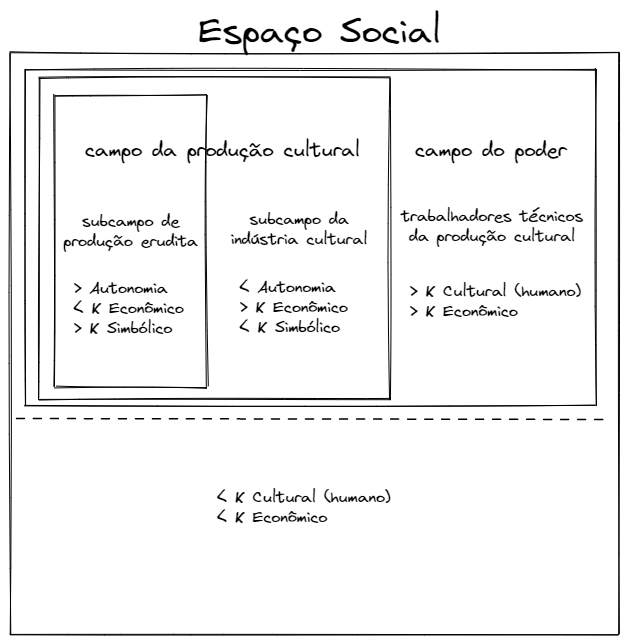
Above: img/fields.excalidraw.png in albersonmiranda/economia_info (Excalidraw), before the change. Source tidied: one line per element, renumbered; positions are measured from the earlier drawing's top-left corner, leaving out a move shared by most shapes. The source it was exported from:
```json
{"id": 0, "type": "rectangle", "strokeColor": "#000000", "strokeWidth": 1, "roughness": 1, "x": 0, "y": 42, "width": 609, "height": 582}
{"id": 1, "type": "rectangle", "strokeColor": "#000000", "strokeWidth": 1, "roughness": 1, "x": 45, "y": 86, "width": 152, "height": 292}
{"id": 2, "type": "rectangle", "strokeColor": "#000000", "strokeWidth": 1, "roughness": 1, "x": 29, "y": 68, "width": 351, "height": 322}
{"id": 3, "type": "rectangle", "strokeColor": "#000000", "strokeWidth": 1, "roughness": 1, "x": 15, "y": 60, "width": 571, "height": 336}
{"id": 4, "type": "text", "text": "campo do poder", "strokeColor": "#000000", "strokeWidth": 1, "roughness": 1, "fontSize": 20, "fontFamily": 1, "x": 405, "y": 128, "width": 152, "height": 25}
{"id": 5, "type": "text", "text": "trabalhadores técnicos\nda produção cultural", "strokeColor": "#000000", "strokeWidth": 1, "roughness": 1, "fontSize": 16, "fontFamily": 1, "textAlign": "center", "x": 391, "y": 196, "width": 182, "height": 40}
{"id": 6, "type": "text", "text": "campo da produção cultural", "strokeColor": "#000000", "strokeWidth": 1, "roughness": 1, "fontSize": 20, "fontFamily": 1, "x": 75, "y": 128, "width": 276, "height": 25}
{"id": 7, "type": "text", "text": "subcampo de\nprodução erudita", "strokeColor": "#000000", "strokeWidth": 1, "roughness": 1, "fontSize": 16, "fontFamily": 1, "textAlign": "center", "x": 53, "y": 202, "width": 135, "height": 40}
{"id": 8, "type": "text", "text": "subcampo da\nindústria cultural", "strokeColor": "#000000", "strokeWidth": 1, "roughness": 1, "fontSize": 16, "fontFamily": 1, "textAlign": "center", "x": 220, "y": 200, "width": 138, "height": 40}
{"id": 9, "type": "text", "text": "Espaço Social", "strokeColor": "#000000", "strokeWidth": 1, "roughness": 1, "fontSize": 36, "fontFamily": 1, "x": 188, "y": 0, "width": 244, "height": 45}
{"id": 10, "type": "text", "text": "> Autonomia\n< K Econômico\n> K Simbólico", "strokeColor": "#000000", "strokeWidth": 1, "roughness": 1, "fontSize": 16, "fontFamily": 1, "x": 64, "y": 269, "width": 110, "height": 60}
{"id": 11, "type": "text", "text": "< Autonomia\n> K Econômico\n< K Simbólico", "strokeColor": "#000000", "strokeWidth": 1, "roughness": 1, "fontSize": 16, "fontFamily": 1, "x": 230, "y": 268, "width": 108, "height": 60}
{"id": 12, "type": "text", "text": "> K Cultural (humano)\n> K Econômico", "strokeColor": "#000000", "strokeWidth": 1, "roughness": 1, "fontSize": 16, "fontFamily": 1, "x": 400, "y": 272, "width": 171, "height": 40}
{"id": 13, "type": "line", "strokeColor": "#000000", "strokeWidth": 1, "strokeStyle": "dashed", "roughness": 1, "x": 6, "y": 408, "width": 591, "height": 2, "points": [[0, 0], [591, 2]]}
{"id": 14, "type": "text", "text": "< K Cultural (humano)\n< K Econômico", "strokeColor": "#000000", "strokeWidth": 1, "roughness": 1, "fontSize": 16, "fontFamily": 1, "x": 207, "y": 478, "width": 173, "height": 40}
```
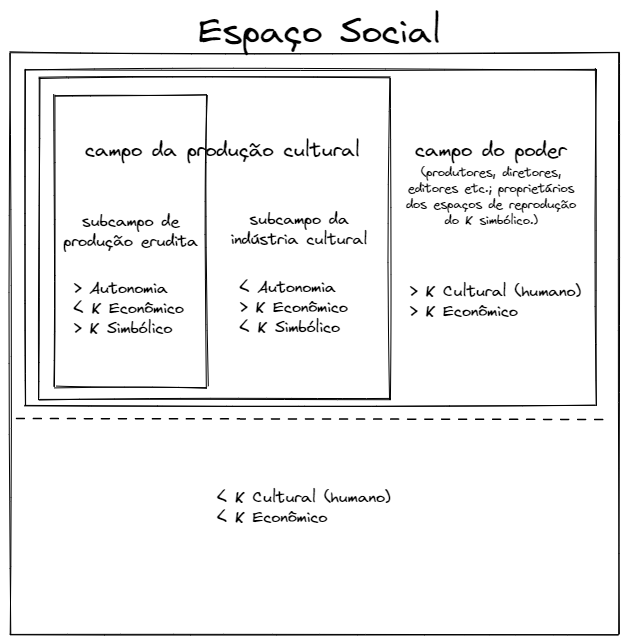
After the commit.

The edit, as a diff of the source:
```diff
@@ -3,7 +3,7 @@
 {"id": 2, "type": "rectangle", "strokeColor": "#000000", "strokeWidth": 1, "roughness": 1, "x": 29, "y": 68, "width": 351, "height": 322}
 {"id": 3, "type": "rectangle", "strokeColor": "#000000", "strokeWidth": 1, "roughness": 1, "x": 15, "y": 60, "width": 571, "height": 336}
 {"id": 4, "type": "text", "text": "campo do poder", "strokeColor": "#000000", "strokeWidth": 1, "roughness": 1, "fontSize": 20, "fontFamily": 1, "x": 405, "y": 128, "width": 152, "height": 25}
-{"id": 5, "type": "text", "text": "trabalhadores técnicos\nda produção cultural", "strokeColor": "#000000", "strokeWidth": 1, "roughness": 1, "fontSize": 16, "fontFamily": 1, "textAlign": "center", "x": 391, "y": 196, "width": 182, "height": 40}
+{"id": 5, "type": "text", "text": "(produtores, diretores,\neditores etc.; proprietários\ndos espaços de reprodução\ndo K simbólico.)", "strokeColor": "#000000", "strokeWidth": 1, "roughness": 1, "fontSize": 12.67, "fontFamily": 1, "textAlign": "center", "x": 396, "y": 155, "width": 170, "height": 64}
 {"id": 6, "type": "text", "text": "campo da produção cultural", "strokeColor": "#000000", "strokeWidth": 1, "roughness": 1, "fontSize": 20, "fontFamily": 1, "x": 75, "y": 128, "width": 276, "height": 25}
 {"id": 7, "type": "text", "text": "subcampo de\nprodução erudita", "strokeColor": "#000000", "strokeWidth": 1, "roughness": 1, "fontSize": 16, "fontFamily": 1, "textAlign": "center", "x": 53, "y": 202, "width": 135, "height": 40}
 {"id": 8, "type": "text", "text": "subcampo da\nindústria cultural", "strokeColor": "#000000", "strokeWidth": 1, "roughness": 1, "fontSize": 16, "fontFamily": 1, "textAlign": "center", "x": 220, "y": 200, "width": 138, "height": 40}
```
